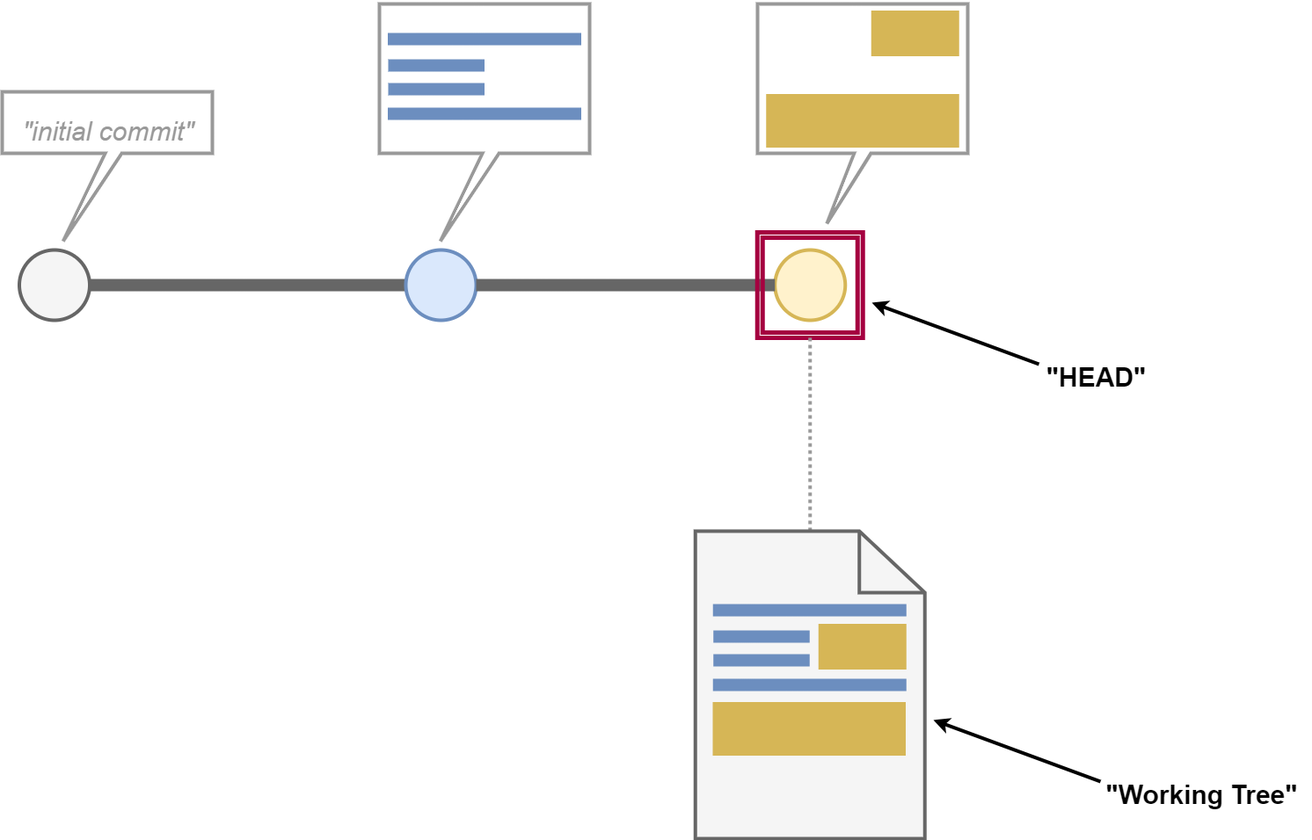
Before: 7_graph_head.drawio.png, a diagram exported from draw.io (SheCodesAus/what_is_git). Source tidied: cells renumbered, new cells last; positions are measured from the earlier drawing's top-left corner, leaving out a move shared by most shapes.
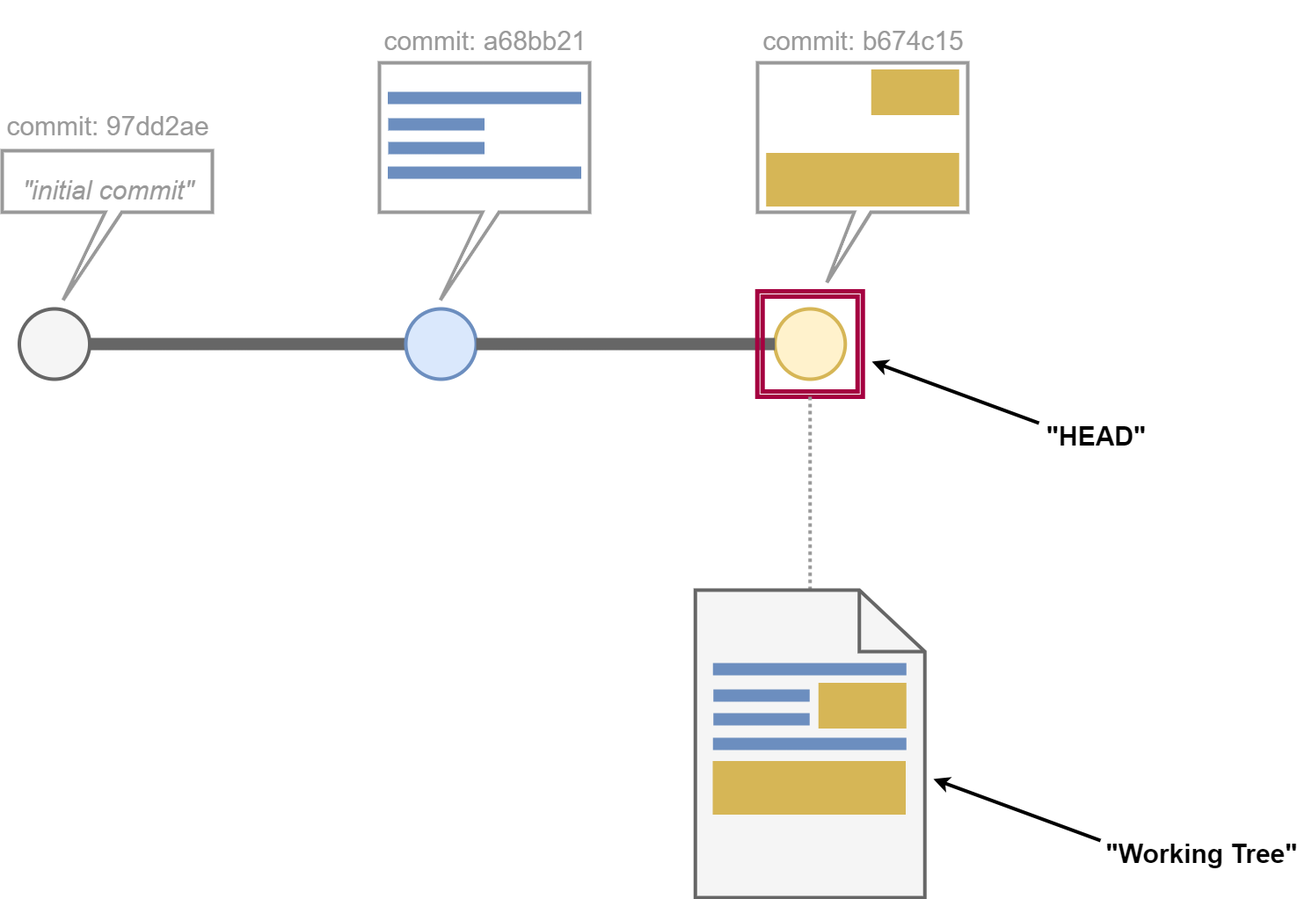
Above is the later version.

The edit, as a diff of the source:
```diff
@@ -92,5 +92,14 @@
     <mxCell id="29" value="&lt;span style=&quot;font-size: 30px;&quot;&gt;&quot;Working Tree&quot;&lt;/span&gt;" style="text;strokeColor=none;fillColor=none;html=1;fontSize=60;fontStyle=1;verticalAlign=middle;align=center;" parent="1" vertex="1">
       <mxGeometry x="1239" y="865" width="250" height="50" as="geometry" />
     </mxCell>
+    <mxCell id="30" value="&lt;span style=&quot;font-weight: normal;&quot;&gt;&lt;font style=&quot;&quot; color=&quot;#999999&quot;&gt;&lt;span style=&quot;font-size: 30px;&quot;&gt;commit:&amp;nbsp;&lt;/span&gt;&lt;span style=&quot;text-align: left;&quot;&gt;&lt;font style=&quot;font-size: 30px;&quot;&gt;97dd2ae&lt;/font&gt;&lt;/span&gt;&lt;/font&gt;&lt;/span&gt;" style="text;strokeColor=none;fillColor=none;html=1;fontSize=60;fontStyle=1;verticalAlign=middle;align=center;" parent="1" vertex="1">
+      <mxGeometry x="44.9" y="37" width="150.2" height="50" as="geometry" />
+    </mxCell>
+    <mxCell id="31" value="&lt;div style=&quot;text-align: left;&quot;&gt;&lt;span style=&quot;background-color: initial; font-weight: normal;&quot;&gt;&lt;font color=&quot;#999999&quot;&gt;&lt;span style=&quot;font-size: 30px;&quot;&gt;commit:&amp;nbsp;&lt;/span&gt;&lt;/font&gt;&lt;/span&gt;&lt;span style=&quot;background-color: initial; font-size: 30px; font-weight: 400;&quot;&gt;&lt;font color=&quot;#999999&quot;&gt;a68bb21&lt;/font&gt;&lt;/span&gt;&lt;/div&gt;" style="text;strokeColor=none;fillColor=none;html=1;fontSize=60;fontStyle=1;verticalAlign=middle;align=center;" parent="1" vertex="1">
+      <mxGeometry x="473.4" y="-60" width="150.2" height="50" as="geometry" />
+    </mxCell>
+    <mxCell id="32" value="&lt;div style=&quot;text-align: left;&quot;&gt;&lt;span style=&quot;background-color: initial; font-weight: normal;&quot;&gt;&lt;font color=&quot;#999999&quot;&gt;&lt;span style=&quot;font-size: 30px;&quot;&gt;commit:&amp;nbsp;&lt;/span&gt;&lt;/font&gt;&lt;/span&gt;&lt;span style=&quot;color: rgb(153, 153, 153); background-color: initial; font-size: 30px; font-weight: 400;&quot;&gt;b674c15&lt;/span&gt;&lt;/div&gt;" style="text;strokeColor=none;fillColor=none;html=1;fontSize=60;fontStyle=1;verticalAlign=middle;align=center;" parent="1" vertex="1">
+      <mxGeometry x="903.4" y="-60" width="150.2" height="50" as="geometry" />
+    </mxCell>
   </root>
 </mxGraphModel>
```
